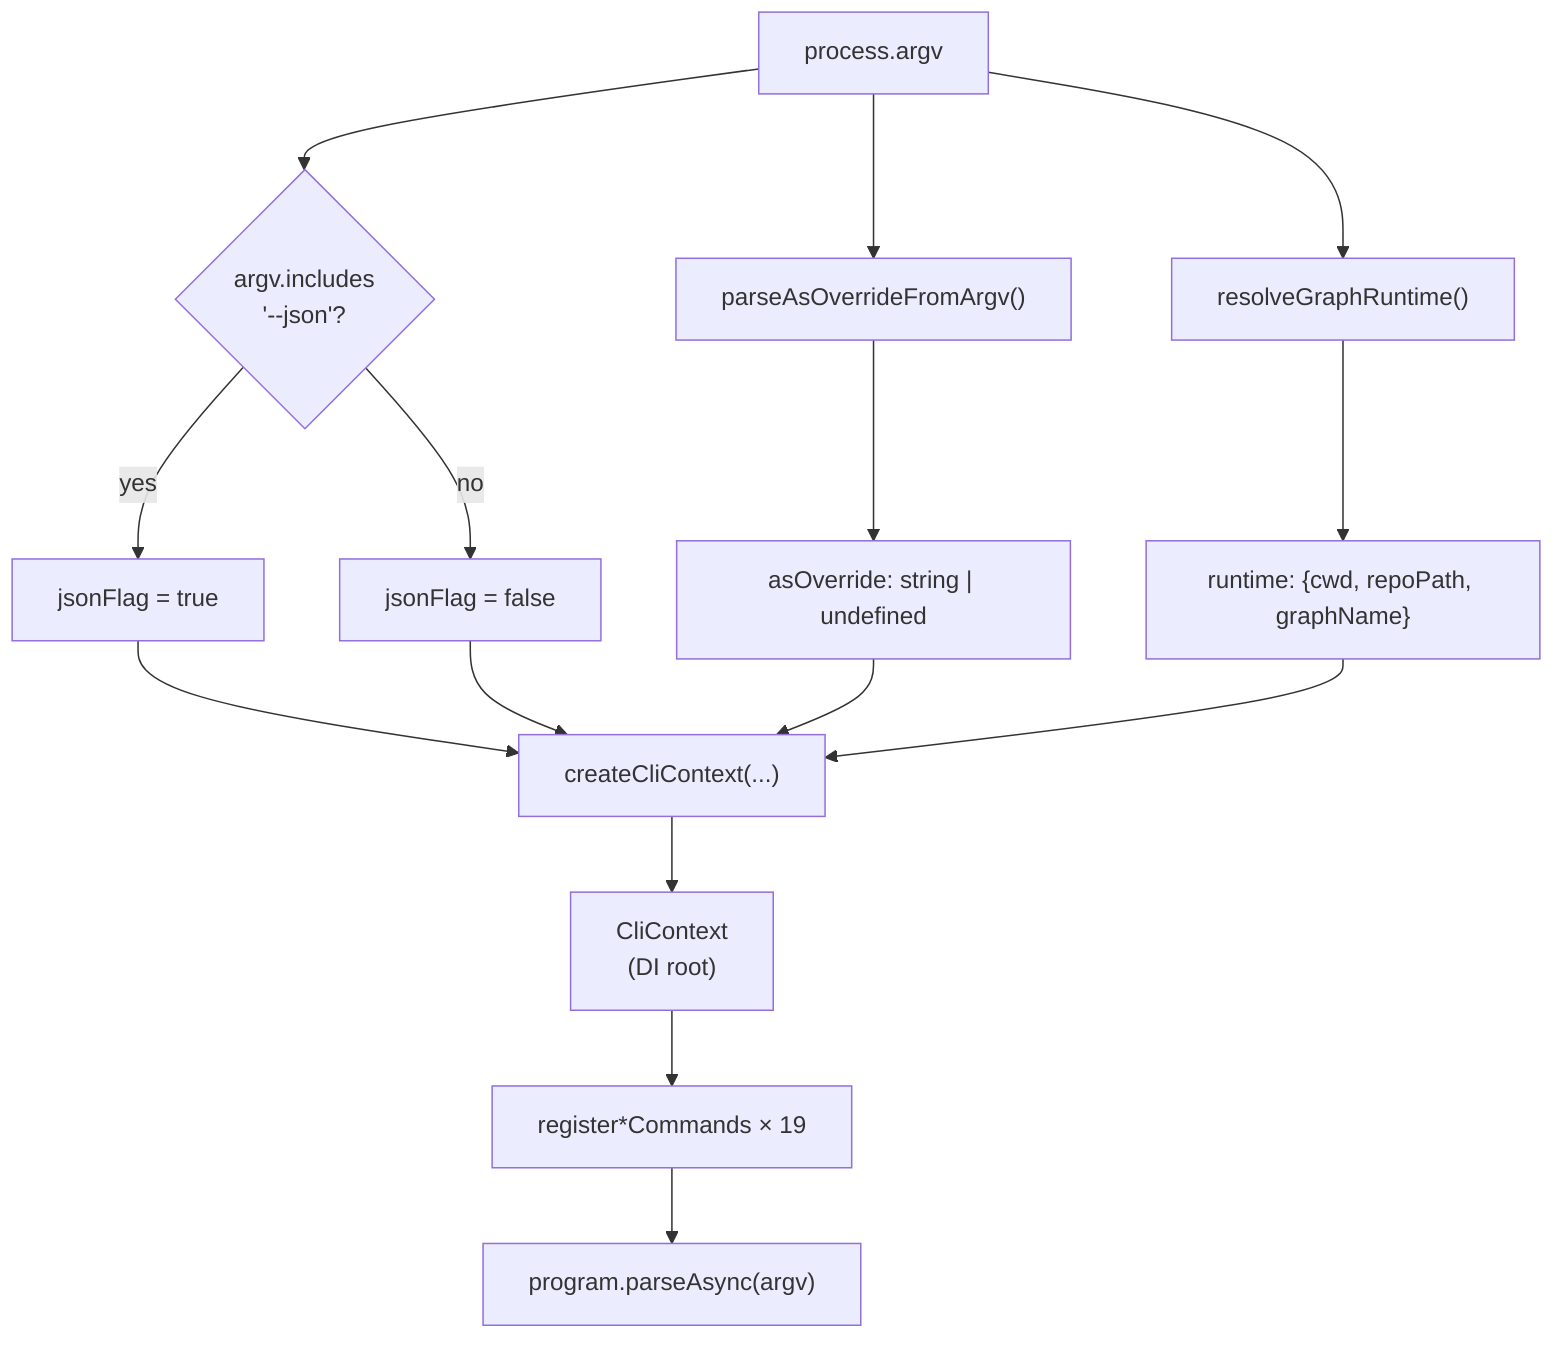
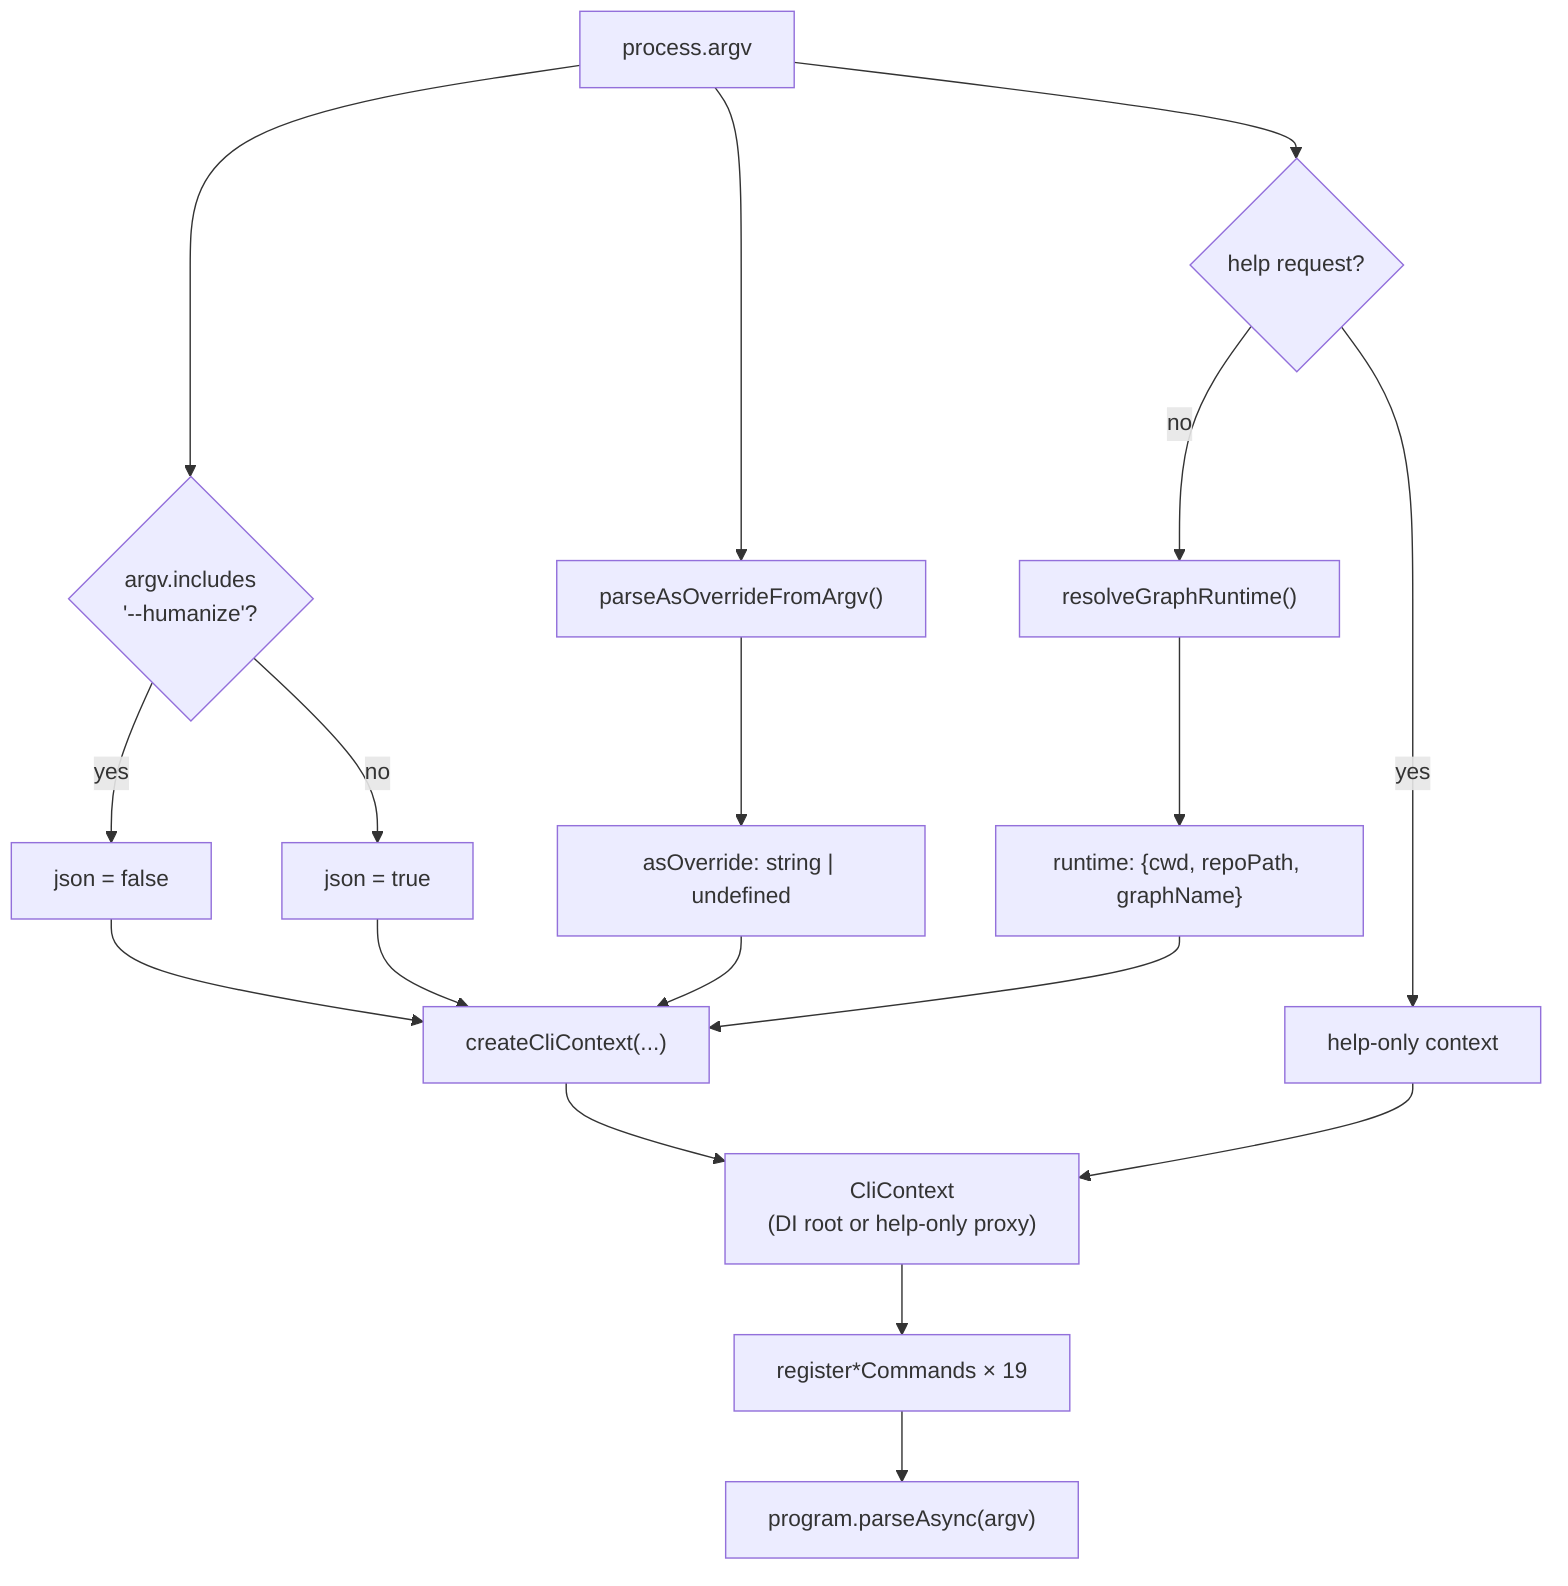
flowchart TD
-     A["process.argv"] --> B{"argv.includes\n'--json'?"}
-     B -->|yes| C["jsonFlag = true"]
-     B -->|no| D["jsonFlag = false"]
+     A["process.argv"] --> B{"argv.includes\n'--humanize'?"}
+     B -->|yes| C["json = false"]
+     B -->|no| D["json = true"]
    A --> E["parseAsOverrideFromArgv()"]
    E --> F["asOverride: string | undefined"]
-     A --> G["resolveGraphRuntime()"]
+     A --> M{"help request?"}
+     M -->|no| G["resolveGraphRuntime()"]
+     M -->|yes| N["help-only context"]
    G --> H["runtime: {cwd, repoPath, graphName}"]
    C & D & F & H --> I["createCliContext(...)"]
-     I --> J["CliContext<br />(DI root)"]
+     I & N --> J["CliContext<br />(DI root or help-only proxy)"]
    J --> K["register*Commands × 19"]
    K --> L["program.parseAsync(argv)"]
